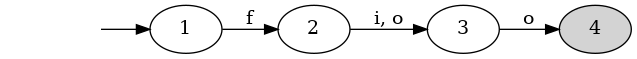
jorbDehmel/theory-of-computation keeps this Graphviz diagram as figures/week2_p1.png. Above is the earlier version. Its source is kept beside it as figures/week2_p1.dot. Its diagram source:
```dot
digraph {
    rankdir="LR";
    4 [style=filled];
    entry [style=invis];
    entry -> 1;

    1 -> 2 [label="f"];
    2 -> 3 [label="i, o"];
    3 -> 4 [label="o"];
}
```
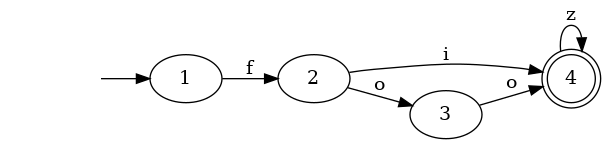
The same diagram one commit later.

Diff of the diagram source:
```diff
@@ -1,10 +1,13 @@
+
 digraph {
     rankdir="LR";
-    4 [style=filled];
+    4 [shape=doublecircle];
     entry [style=invis];
     entry -> 1;
 
     1 -> 2 [label="f"];
-    2 -> 3 [label="i, o"];
+    2 -> 4 [label="i"];
+    2 -> 3 [label="o"];
     3 -> 4 [label="o"];
+    4 -> 4 [label="z"];
 }
```
